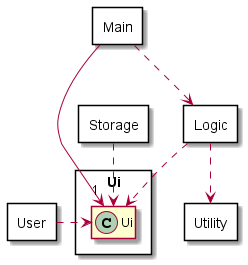
Before: docs/images/Ui.png, a diagram exported from PlantUML (yanjia1777/tp).
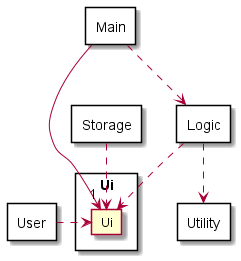
After the commit.

What changed in the source:
```diff
@@ -1,4 +1,8 @@
 @startuml
+
+hide circle
+skinparam classAttributeIconSize 0
+
 package "Main" <<Rectangle>> {
 
 }
@@ -7,20 +11,20 @@
 }
 package "Storage" <<Rectangle>> {
 }
-package "Ui" <<Rectangle>> {
-class Ui
+package Ui <<Rectangle>> {
+class "  Ui  "
 
 }
 package "Utility" <<Rectangle>> {
 }
 package "User" <<Rectangle>> {
 }
-User .right> Ui
-Main -> "1" Ui
+User .right> "  Ui  "
+Main -> "1" "  Ui  "
 Main ..> Logic
-Logic ..> Ui
+Logic ..> "  Ui  "
 Logic ..> Utility
-Storage ..> Ui
+Storage ..> "  Ui  "
 
 hide members
 @enduml
```
